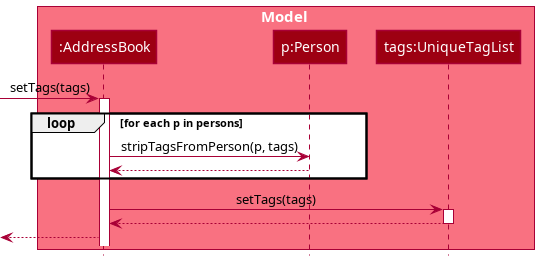
Earlier version of the PlantUML export docs/images/AddressBookSetTagsSequenceDiagram.png (nus-cs2103-AY2122S2/tp).
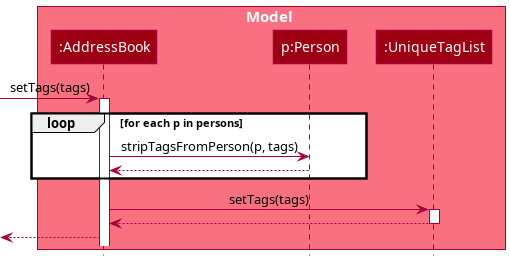
After the change.

Commit message:
Remove misleading labels in sequence diagram

What changed in the source:
```diff
@@ -4,7 +4,7 @@
 box Model MODEL_COLOR_T1
 participant  ":AddressBook" as AddressBook MODEL_COLOR
 participant "p:Person" as Person MODEL_COLOR
-participant "tags:UniqueTagList" as UniqueTagList MODEL_COLOR
+participant ":UniqueTagList" as UniqueTagList MODEL_COLOR
 end box
 
 [-> AddressBook : setTags(tags)
```
